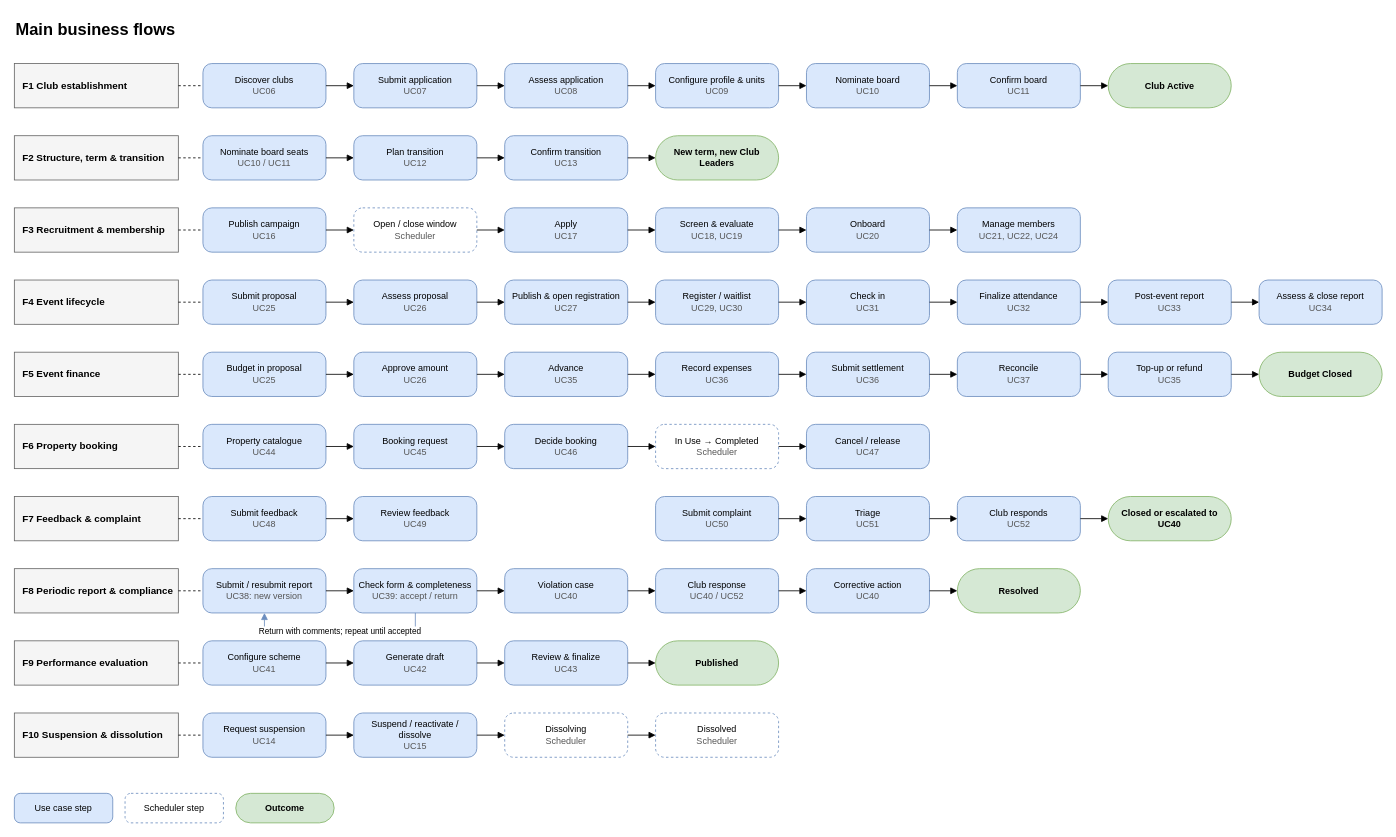
This is page "Main business flows" (2 of 2) of docs/03-diagrams/UCMS_Organization_and_Flows.drawio from nvdekay/ClubManagementSystem, a draw.io file, before an edit. Source tidied: cells renumbered, new cells numbered last; positions are measured from the earlier drawing's top-left corner, leaving out a move shared by most shapes. Both pictures are drawn from the tidied source at 82%, with x=0, y=0 at pixel (14, 14).
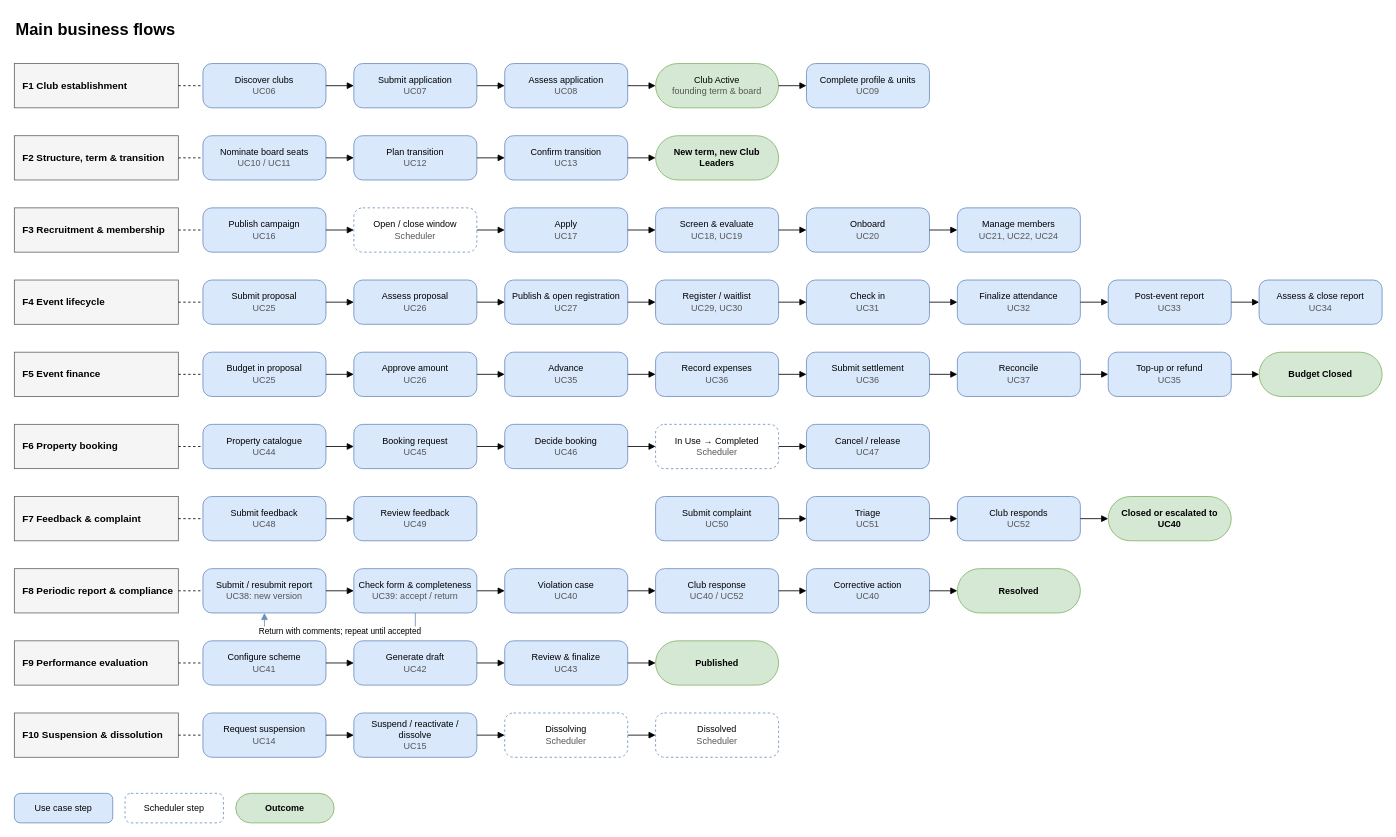
The same diagram, later.

Change to the diagram source:
```diff
@@
-    <mxCell id="10" value="Configure profile &amp; units&lt;br&gt;&lt;font color=&quot;#555555&quot;&gt;UC09&lt;/font&gt;" style="rounded=1;arcSize=20;whiteSpace=wrap;html=1;fillColor=#dae8fc;strokeColor=#6c8ebf;fontSize=11;" parent="1" vertex="1">
+    <mxCell id="10" value="Club Active&lt;br&gt;&lt;font color=&quot;#555555&quot;&gt;founding term &amp;amp; board&lt;/font&gt;" style="rounded=1;arcSize=50;whiteSpace=wrap;html=1;fillColor=#d5e8d4;strokeColor=#82b366;fontSize=11;" parent="1" vertex="1">
       <mxGeometry x="782" y="60" width="150" height="54" as="geometry" />
     </mxCell>
@@
-    <mxCell id="12" value="Nominate board&lt;br&gt;&lt;font color=&quot;#555555&quot;&gt;UC10&lt;/font&gt;" style="rounded=1;arcSize=20;whiteSpace=wrap;html=1;fillColor=#dae8fc;strokeColor=#6c8ebf;fontSize=11;" parent="1" vertex="1">
+    <mxCell id="12" value="Complete profile &amp;amp; units&lt;br&gt;&lt;font color=&quot;#555555&quot;&gt;UC09&lt;/font&gt;" style="rounded=1;arcSize=20;whiteSpace=wrap;html=1;fillColor=#dae8fc;strokeColor=#6c8ebf;fontSize=11;" parent="1" vertex="1">
       <mxGeometry x="966" y="60" width="150" height="54" as="geometry" />
     </mxCell>
@@
-    <mxCell id="14" value="Confirm board&lt;br&gt;&lt;font color=&quot;#555555&quot;&gt;UC11&lt;/font&gt;" style="rounded=1;arcSize=20;whiteSpace=wrap;html=1;fillColor=#dae8fc;strokeColor=#6c8ebf;fontSize=11;" parent="1" vertex="1">
-      <mxGeometry x="1150" y="60" width="150" height="54" as="geometry" />
-    </mxCell>
-    <mxCell id="15" style="endArrow=block;endFill=1;html=1;rounded=0;fontSize=11;labelBackgroundColor=#ffffff;" parent="1" edge="1" source="12" target="14">
-      <mxGeometry relative="1" as="geometry" />
-    </mxCell>
-    <mxCell id="16" value="Club Active" style="rounded=1;arcSize=50;whiteSpace=wrap;html=1;fillColor=#d5e8d4;strokeColor=#82b366;fontSize=11;fontStyle=1;" parent="1" vertex="1">
-      <mxGeometry x="1334" y="60" width="150" height="54" as="geometry" />
-    </mxCell>
-    <mxCell id="17" style="endArrow=block;endFill=1;html=1;rounded=0;fontSize=11;labelBackgroundColor=#ffffff;" parent="1" edge="1" source="14" target="16">
-      <mxGeometry relative="1" as="geometry" />
-    </mxCell>
```
